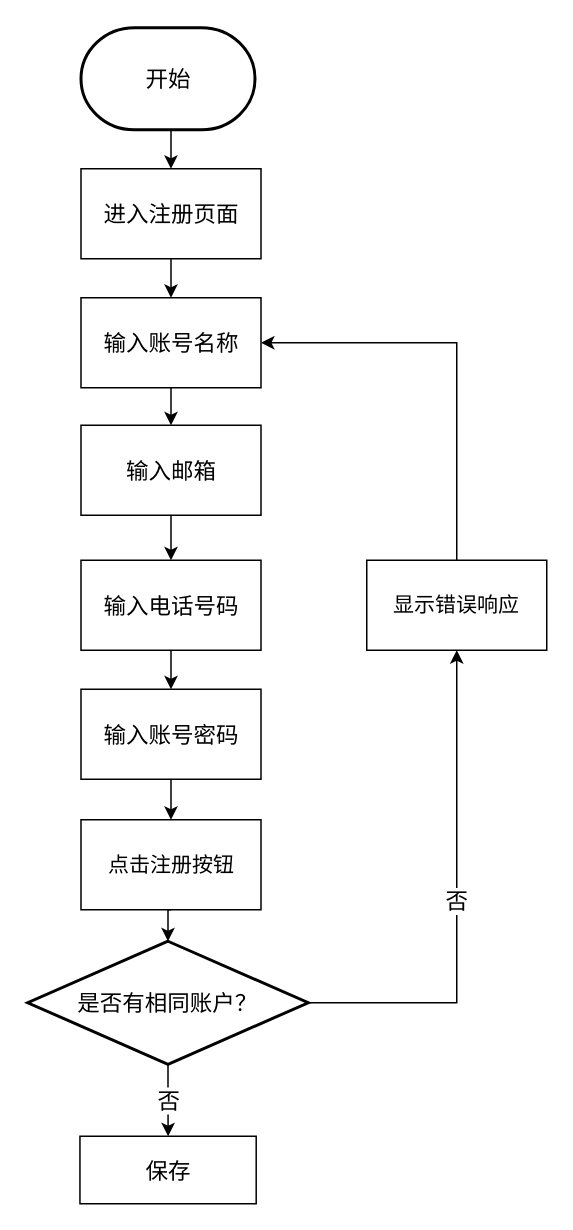
The draw.io diagram 用户注册模块流程图.drawio in FanDoggie/github-slideshow, before the edit. Source tidied: cells renumbered, new cells numbered last; positions are measured from the earlier drawing's top-left corner, leaving out a move shared by most shapes. Both pictures are drawn from the tidied source at 150%, with x=0, y=0 at pixel (27, 27).
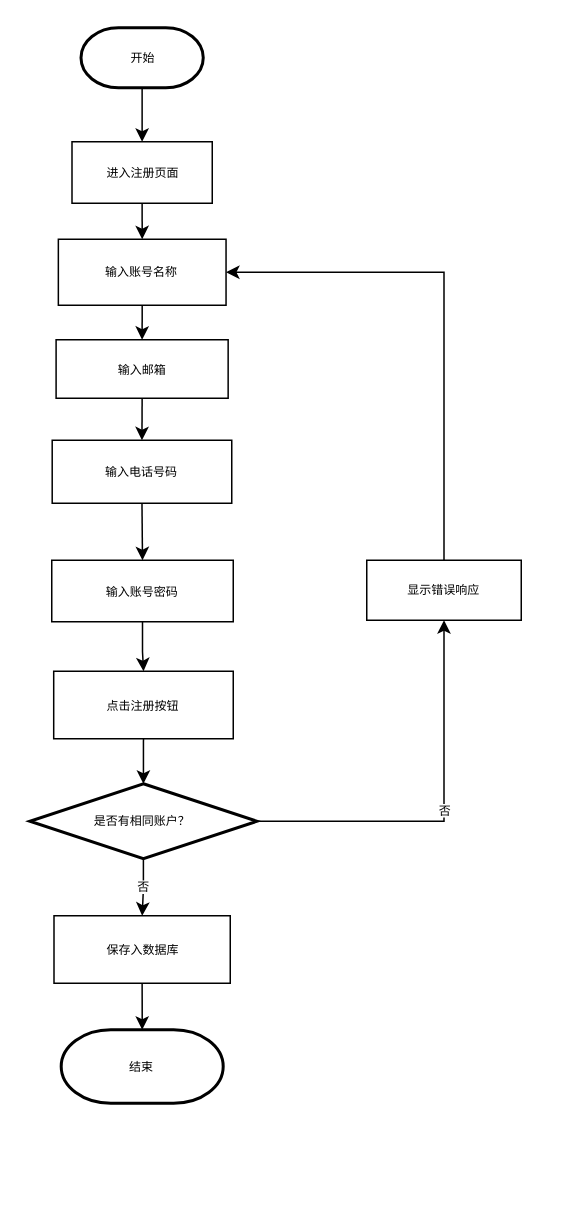
Above is the later version.

Commit message (it also covers changes not shown here):
更新用户注册模块流程图.drawio

The edit, as a diff of the source:
```diff
@@
-    <mxCell id="3" value="开始" style="strokeWidth=2;html=1;shape=mxgraph.flowchart.terminator;whiteSpace=wrap;fontSize=15;" parent="1" vertex="1">
-      <mxGeometry x="35.5" width="116" height="68" as="geometry" />
+    <mxCell id="3" value="开始" style="strokeWidth=2;html=1;shape=mxgraph.flowchart.terminator;whiteSpace=wrap;fontSize=8;" parent="1" vertex="1">
+      <mxGeometry x="35.5" width="81.5" height="40" as="geometry" />
     </mxCell>
@@
-    <mxCell id="5" value="进入注册页面" style="rounded=0;whiteSpace=wrap;html=1;fontSize=15;" parent="1" vertex="1">
-      <mxGeometry x="35.5" y="94" width="120" height="60" as="geometry" />
+    <mxCell id="5" value="进入注册页面" style="rounded=0;whiteSpace=wrap;html=1;fontSize=8;" parent="1" vertex="1">
+      <mxGeometry x="29.5" y="76" width="93.5" height="41" as="geometry" />
     </mxCell>
@@
-    <mxCell id="7" value="输入账号名称" style="rounded=0;whiteSpace=wrap;html=1;fontSize=15;" parent="1" vertex="1">
-      <mxGeometry x="35.5" y="180" width="120" height="60" as="geometry" />
+    <mxCell id="7" value="输入账号名称" style="rounded=0;whiteSpace=wrap;html=1;fontSize=8;" parent="1" vertex="1">
+      <mxGeometry x="20.4" y="141" width="111.8" height="44" as="geometry" />
     </mxCell>
@@
-    <mxCell id="9" value="输入邮箱" style="rounded=0;whiteSpace=wrap;html=1;fontSize=15;" parent="1" vertex="1">
-      <mxGeometry x="35.5" y="265" width="120" height="60" as="geometry" />
+    <mxCell id="9" value="输入邮箱" style="rounded=0;whiteSpace=wrap;html=1;fontSize=8;" parent="1" vertex="1">
+      <mxGeometry x="18.9" y="208" width="114.7" height="39" as="geometry" />
     </mxCell>
@@
-    <mxCell id="11" value="输入电话号码" style="rounded=0;whiteSpace=wrap;html=1;fontSize=15;" parent="1" vertex="1">
-      <mxGeometry x="35.5" y="355" width="120" height="60" as="geometry" />
+    <mxCell id="11" value="输入电话号码" style="rounded=0;whiteSpace=wrap;html=1;fontSize=8;" parent="1" vertex="1">
+      <mxGeometry x="16.3" y="275" width="119.7" height="42" as="geometry" />
     </mxCell>
@@
-    <mxCell id="13" value="输入账号密码" style="rounded=0;whiteSpace=wrap;html=1;fontSize=15;" parent="1" vertex="1">
-      <mxGeometry x="35.5" y="441" width="120" height="60" as="geometry" />
+    <mxCell id="13" value="输入账号密码" style="rounded=0;whiteSpace=wrap;html=1;fontSize=8;" parent="1" vertex="1">
+      <mxGeometry x="16" y="355" width="121" height="41" as="geometry" />
     </mxCell>
+    <mxCell id="22" style="edgeStyle=orthogonalEdgeStyle;rounded=0;jettySize=auto;html=1;exitX=0.5;exitY=1;exitDx=0;exitDy=0;" parent="1" edge="1" source="14" target="23">
+      <mxGeometry relative="1" as="geometry" />
+    </mxCell>
-    <mxCell id="14" value="保存" style="rounded=0;whiteSpace=wrap;html=1;fontSize=15;" parent="1" vertex="1">
-      <mxGeometry x="34.8" y="739" width="117.5" height="45" as="geometry" />
+    <mxCell id="14" value="保存入数据库" style="rounded=0;whiteSpace=wrap;html=1;fontSize=8;" parent="1" vertex="1">
+      <mxGeometry x="17.5" y="592" width="117.5" height="45" as="geometry" />
     </mxCell>
-    <mxCell id="15" value="否" style="edgeStyle=orthogonalEdgeStyle;rounded=0;jettySize=auto;html=1;exitX=0.5;exitY=1;exitDx=0;exitDy=0;exitPerimeter=0;fontSize=15;" parent="1" edge="1" source="17" target="14">
+    <mxCell id="15" value="否" style="edgeStyle=orthogonalEdgeStyle;rounded=0;jettySize=auto;html=1;exitX=0.5;exitY=1;exitDx=0;exitDy=0;exitPerimeter=0;fontSize=8;" parent="1" edge="1" source="17" target="14">
       <mxGeometry relative="1" as="geometry" />
     </mxCell>
-    <mxCell id="16" value="否" style="edgeStyle=orthogonalEdgeStyle;rounded=0;jettySize=auto;html=1;exitX=1;exitY=0.5;exitDx=0;exitDy=0;exitPerimeter=0;entryX=0.5;entryY=1;entryDx=0;entryDy=0;fontSize=15;" parent="1" edge="1" source="17" target="21">
-      <mxGeometry relative="1" as="geometry" />
+    <mxCell id="16" value="否" style="edgeStyle=orthogonalEdgeStyle;rounded=0;jettySize=auto;html=1;exitX=1;exitY=0.5;exitDx=0;exitDy=0;exitPerimeter=0;entryX=0.5;entryY=1;entryDx=0;entryDy=0;fontSize=8;" parent="1" edge="1" source="17" target="21">
+      <mxGeometry x="0.02" relative="1" as="geometry" />
     </mxCell>
-    <mxCell id="17" value="&lt;font style=&quot;font-size: 15px;&quot;&gt;是否有相同账户？&lt;/font&gt;" style="strokeWidth=2;html=1;shape=mxgraph.flowchart.decision;whiteSpace=wrap;fontSize=15;" parent="1" vertex="1">
-      <mxGeometry y="609" width="187" height="82" as="geometry" />
+    <mxCell id="17" value="&lt;font style=&quot;font-size: 8px;&quot;&gt;是否有相同账户？&lt;/font&gt;" style="strokeWidth=2;html=1;shape=mxgraph.flowchart.decision;whiteSpace=wrap;fontSize=8;" parent="1" vertex="1">
+      <mxGeometry x="1.4" y="504" width="151.4" height="50" as="geometry" />
     </mxCell>
@@
-    <mxCell id="19" value="点击注册按钮" style="rounded=0;whiteSpace=wrap;html=1;fontSize=14;" parent="1" vertex="1">
-      <mxGeometry x="35.5" y="528" width="120" height="60" as="geometry" />
+    <mxCell id="19" value="点击注册按钮" style="rounded=0;whiteSpace=wrap;html=1;fontSize=8;" parent="1" vertex="1">
+      <mxGeometry x="17.3" y="429" width="119.7" height="45" as="geometry" />
     </mxCell>
@@
-    <mxCell id="21" value="显示错误响应" style="rounded=0;whiteSpace=wrap;html=1;fontSize=14;" parent="1" vertex="1">
-      <mxGeometry x="226" y="355" width="120" height="60" as="geometry" />
+    <mxCell id="21" value="显示错误响应" style="rounded=0;whiteSpace=wrap;html=1;fontSize=8;" parent="1" vertex="1">
+      <mxGeometry x="226" y="355" width="103" height="40" as="geometry" />
     </mxCell>
+    <mxCell id="23" value="结束" style="strokeWidth=2;html=1;shape=mxgraph.flowchart.terminator;whiteSpace=wrap;fontSize=8;" parent="1" vertex="1">
+      <mxGeometry x="22.3" y="668" width="108" height="49" as="geometry" />
+    </mxCell>
```
